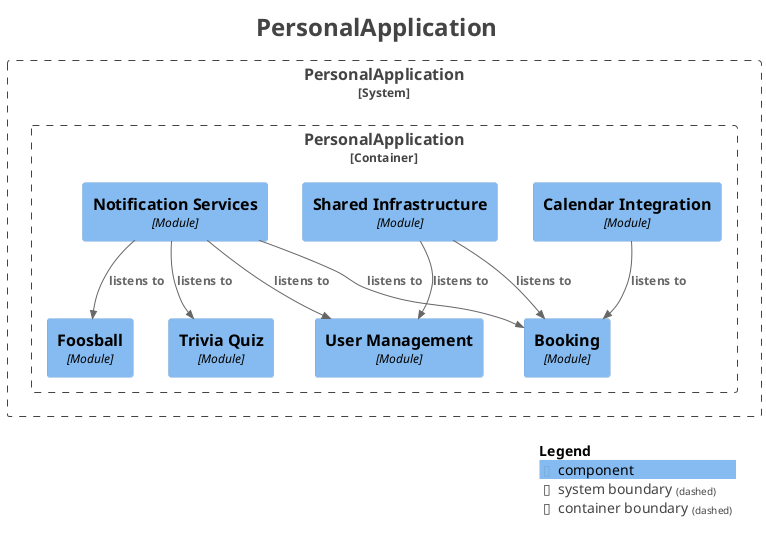
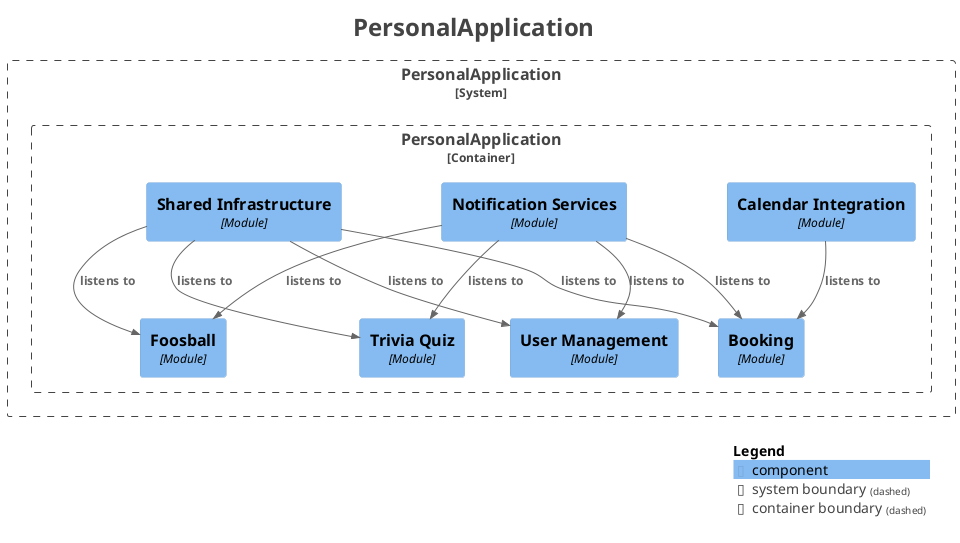
@startuml
title <size:24>PersonalApplication</size>

set separator none
top to bottom direction

<style>
  root {
    BackgroundColor: #ffffff
    FontColor: #444444
  }
</style>

!include <C4/C4>
!include <C4/C4_Context>
!include <C4/C4_Component>

System_Boundary("PersonalApplication_boundary", "PersonalApplication", $tags="") {
  Container_Boundary("PersonalApplication.PersonalApplication_boundary", "PersonalApplication", $tags="") {
    Component(PersonalApplication.PersonalApplication.UserManagement, "User Management", $techn="Module", $descr="", $tags="", $link="")
    Component(PersonalApplication.PersonalApplication.CalendarIntegration, "Calendar Integration", $techn="Module", $descr="", $tags="", $link="")
    Component(PersonalApplication.PersonalApplication.NotificationServices, "Notification Services", $techn="Module", $descr="", $tags="", $link="")
    Component(PersonalApplication.PersonalApplication.SharedInfrastructure, "Shared Infrastructure", $techn="Module", $descr="", $tags="", $link="")
    Component(PersonalApplication.PersonalApplication.Booking, "Booking", $techn="Module", $descr="", $tags="", $link="")
    Component(PersonalApplication.PersonalApplication.Foosball, "Foosball", $techn="Module", $descr="", $tags="", $link="")
    Component(PersonalApplication.PersonalApplication.TriviaQuiz, "Trivia Quiz", $techn="Module", $descr="", $tags="", $link="")
  }

}

+ Rel(PersonalApplication.PersonalApplication.NotificationServices, PersonalApplication.PersonalApplication.UserManagement, "listens to", $techn="", $tags="", $link="")
+ Rel(PersonalApplication.PersonalApplication.NotificationServices, PersonalApplication.PersonalApplication.TriviaQuiz, "listens to", $techn="", $tags="", $link="")
+ Rel(PersonalApplication.PersonalApplication.NotificationServices, PersonalApplication.PersonalApplication.Foosball, "listens to", $techn="", $tags="", $link="")
+ Rel(PersonalApplication.PersonalApplication.NotificationServices, PersonalApplication.PersonalApplication.Booking, "listens to", $techn="", $tags="", $link="")
+ Rel(PersonalApplication.PersonalApplication.CalendarIntegration, PersonalApplication.PersonalApplication.Booking, "listens to", $techn="", $tags="", $link="")
+ Rel(PersonalApplication.PersonalApplication.SharedInfrastructure, PersonalApplication.PersonalApplication.Foosball, "listens to", $techn="", $tags="", $link="")
+ Rel(PersonalApplication.PersonalApplication.SharedInfrastructure, PersonalApplication.PersonalApplication.TriviaQuiz, "listens to", $techn="", $tags="", $link="")
Rel(PersonalApplication.PersonalApplication.SharedInfrastructure, PersonalApplication.PersonalApplication.UserManagement, "listens to", $techn="", $tags="", $link="")
Rel(PersonalApplication.PersonalApplication.SharedInfrastructure, PersonalApplication.PersonalApplication.Booking, "listens to", $techn="", $tags="", $link="")
- Rel(PersonalApplication.PersonalApplication.CalendarIntegration, PersonalApplication.PersonalApplication.Booking, "listens to", $techn="", $tags="", $link="")
- Rel(PersonalApplication.PersonalApplication.NotificationServices, PersonalApplication.PersonalApplication.TriviaQuiz, "listens to", $techn="", $tags="", $link="")
- Rel(PersonalApplication.PersonalApplication.NotificationServices, PersonalApplication.PersonalApplication.Foosball, "listens to", $techn="", $tags="", $link="")
- Rel(PersonalApplication.PersonalApplication.NotificationServices, PersonalApplication.PersonalApplication.UserManagement, "listens to", $techn="", $tags="", $link="")
- Rel(PersonalApplication.PersonalApplication.NotificationServices, PersonalApplication.PersonalApplication.Booking, "listens to", $techn="", $tags="", $link="")

SHOW_LEGEND(true)
hide stereotypes
@enduml